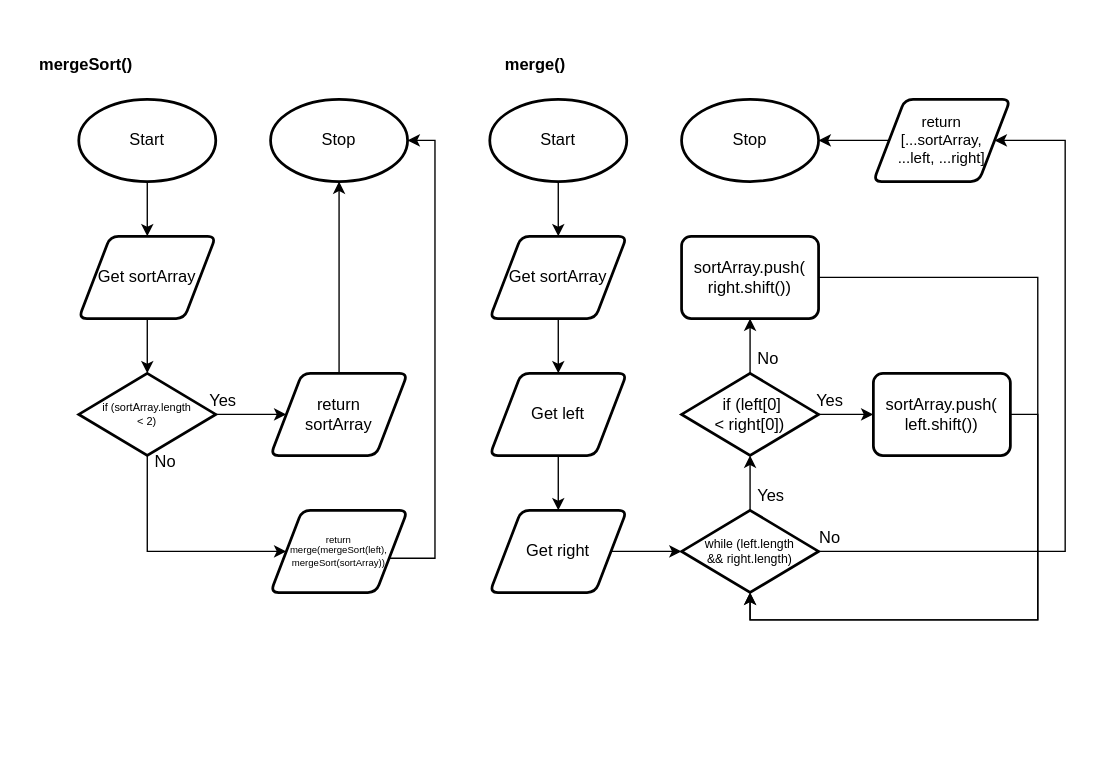
Before: design/flowchart.drawio in Kenny-Le-281/ICS4U-Unit3-06-Kenny-Le, a draw.io diagram. Source tidied: cells renumbered, new cells numbered last; positions are measured from the earlier drawing's top-left corner, leaving out a move shared by most shapes. Both pictures are drawn from the tidied source at 137%, with x=0, y=0 at pixel (23, 44).
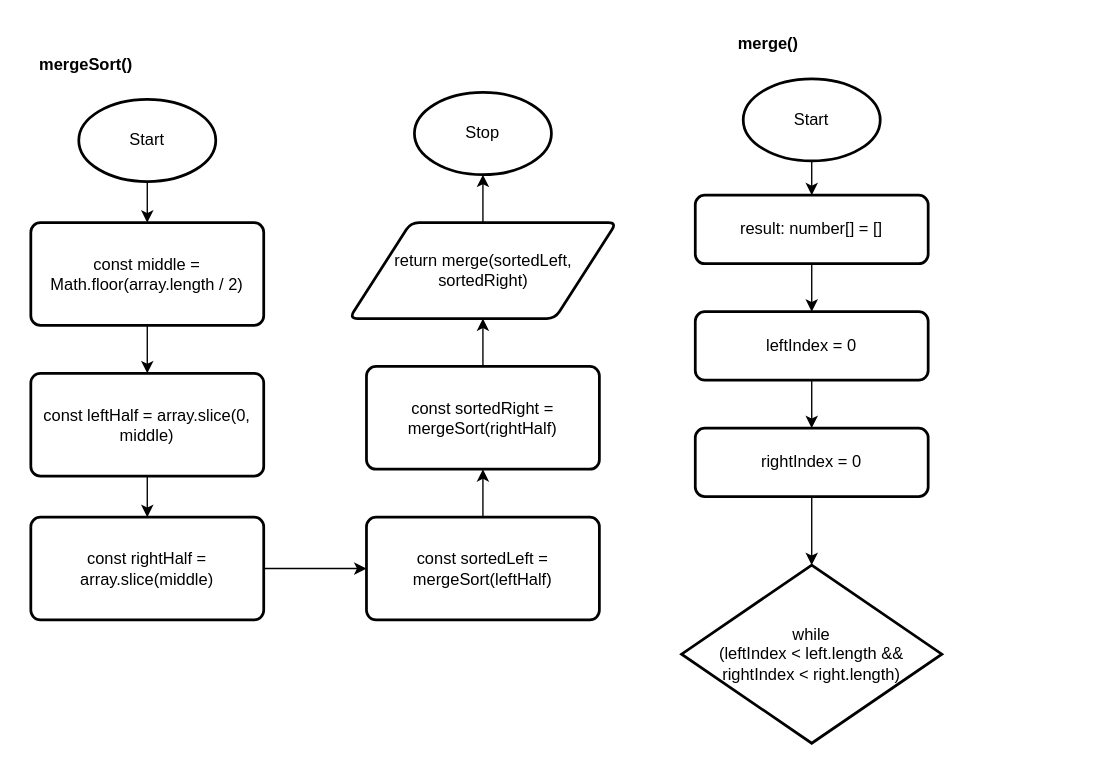
The same page after the edit.

Unchanged cells that the change refers to:
```xml
<mxCell id="3" value="Start" style="strokeWidth=2;html=1;shape=mxgraph.flowchart.start_1;whiteSpace=wrap;" parent="1" vertex="1">
  <mxGeometry x="40" y="40" width="100" height="60" as="geometry" />
</mxCell>
```

Change to the diagram source:
```diff
@@
-    <mxCell id="2" style="edgeStyle=orthogonalEdgeStyle;html=1;entryX=0.5;entryY=0;entryDx=0;entryDy=0;fontSize=8;rounded=0;" parent="1" edge="1" source="3" target="12">
-      <mxGeometry relative="1" as="geometry" />
-    </mxCell>
+    <mxCell id="43" style="edgeStyle=none;html=1;" parent="1" edge="1" source="3">
+      <mxGeometry relative="1" as="geometry">
+        <mxPoint x="90" y="130" as="targetPoint" />
+      </mxGeometry>
+    </mxCell>
@@
-    <mxCell id="4" value="Stop" style="strokeWidth=2;html=1;shape=mxgraph.flowchart.start_1;whiteSpace=wrap;" parent="1" vertex="1">
-      <mxGeometry x="180" y="40" width="100" height="60" as="geometry" />
-    </mxCell>
-    <mxCell id="5" style="edgeStyle=orthogonalEdgeStyle;rounded=0;html=1;entryX=0;entryY=0.5;entryDx=0;entryDy=0;fontSize=8;" parent="1" edge="1" source="7" target="14">
-      <mxGeometry relative="1" as="geometry" />
-    </mxCell>
-    <mxCell id="6" style="edgeStyle=orthogonalEdgeStyle;rounded=0;html=1;entryX=0;entryY=0.5;entryDx=0;entryDy=0;fontSize=12;" parent="1" edge="1" source="7" target="18">
-      <mxGeometry relative="1" as="geometry">
-        <Array as="points">
-          <mxPoint x="90" y="370" />
-        </Array>
-      </mxGeometry>
-    </mxCell>
-    <mxCell id="7" value="if (sortArray.length&lt;br style=&quot;font-size: 8px;&quot;&gt;&amp;lt; 2)" style="strokeWidth=2;html=1;shape=mxgraph.flowchart.decision;whiteSpace=wrap;fontSize=8;" parent="1" vertex="1">
-      <mxGeometry x="40" y="240" width="100" height="60" as="geometry" />
-    </mxCell>
@@
-    <mxCell id="9" style="edgeStyle=orthogonalEdgeStyle;rounded=0;html=1;entryX=0.5;entryY=1;entryDx=0;entryDy=0;entryPerimeter=0;fontSize=12;" parent="1" edge="1" source="10" target="31">
-      <mxGeometry relative="1" as="geometry">
-        <Array as="points">
-          <mxPoint x="740" y="270" />
-          <mxPoint x="740" y="420" />
-          <mxPoint x="530" y="420" />
-        </Array>
-      </mxGeometry>
-    </mxCell>
-    <mxCell id="10" value="sortArray.push(&lt;br&gt;left.shift())" style="rounded=1;whiteSpace=wrap;html=1;absoluteArcSize=1;arcSize=14;strokeWidth=2;" parent="1" vertex="1">
-      <mxGeometry x="620" y="240" width="100" height="60" as="geometry" />
-    </mxCell>
-    <mxCell id="11" style="edgeStyle=orthogonalEdgeStyle;rounded=0;html=1;entryX=0.5;entryY=0;entryDx=0;entryDy=0;entryPerimeter=0;fontSize=8;" parent="1" edge="1" source="12" target="7">
-      <mxGeometry relative="1" as="geometry" />
-    </mxCell>
-    <mxCell id="12" value="Get sortArray" style="shape=parallelogram;html=1;strokeWidth=2;perimeter=parallelogramPerimeter;whiteSpace=wrap;rounded=1;arcSize=12;size=0.23;" parent="1" vertex="1">
-      <mxGeometry x="40" y="140" width="100" height="60" as="geometry" />
-    </mxCell>
-    <mxCell id="13" style="edgeStyle=orthogonalEdgeStyle;rounded=0;html=1;entryX=0.5;entryY=1;entryDx=0;entryDy=0;entryPerimeter=0;fontSize=8;" parent="1" edge="1" source="14" target="4">
-      <mxGeometry relative="1" as="geometry" />
-    </mxCell>
-    <mxCell id="14" value="return&lt;br&gt;sortArray" style="shape=parallelogram;html=1;strokeWidth=2;perimeter=parallelogramPerimeter;whiteSpace=wrap;rounded=1;arcSize=12;size=0.23;" parent="1" vertex="1">
-      <mxGeometry x="180" y="240" width="100" height="60" as="geometry" />
-    </mxCell>
-    <mxCell id="15" value="Yes" style="text;html=1;align=center;verticalAlign=middle;strokeColor=none;fillColor=none;fontSize=12;" parent="1" vertex="1">
-      <mxGeometry x="125" y="245" width="40" height="30" as="geometry" />
-    </mxCell>
-    <mxCell id="16" value="No" style="text;html=1;align=center;verticalAlign=middle;strokeColor=none;fillColor=none;fontSize=12;" parent="1" vertex="1">
-      <mxGeometry x="85" y="290" width="35" height="30" as="geometry" />
-    </mxCell>
-    <mxCell id="17" style="edgeStyle=orthogonalEdgeStyle;rounded=0;html=1;entryX=1;entryY=0.5;entryDx=0;entryDy=0;entryPerimeter=0;fontSize=7;" parent="1" edge="1" source="18" target="4">
-      <mxGeometry relative="1" as="geometry">
-        <Array as="points">
-          <mxPoint x="300" y="375" />
-          <mxPoint x="300" y="70" />
-        </Array>
-      </mxGeometry>
-    </mxCell>
-    <mxCell id="18" value="return&lt;br&gt;merge(mergeSort(left), mergeSort(sortArray))" style="shape=parallelogram;html=1;strokeWidth=2;perimeter=parallelogramPerimeter;whiteSpace=wrap;rounded=1;arcSize=12;size=0.23;fontSize=7;" parent="1" vertex="1">
-      <mxGeometry x="180" y="340" width="100" height="60" as="geometry" />
-    </mxCell>
     <mxCell id="19" value="&lt;b&gt;merge()&lt;/b&gt;" style="text;html=1;align=center;verticalAlign=middle;strokeColor=none;fillColor=none;" parent="1" vertex="1">
-      <mxGeometry x="340" width="65" height="30" as="geometry" />
+      <mxGeometry x="510" y="-15" width="65" height="30" as="geometry" />
     </mxCell>
-    <mxCell id="20" style="edgeStyle=orthogonalEdgeStyle;rounded=0;html=1;entryX=0.5;entryY=0;entryDx=0;entryDy=0;fontSize=7;" parent="1" edge="1" source="21" target="24">
-      <mxGeometry relative="1" as="geometry" />
-    </mxCell>
+    <mxCell id="44" style="edgeStyle=none;html=1;" parent="1" edge="1" source="45" target="47">
+      <mxGeometry relative="1" as="geometry" />
+    </mxCell>
+    <mxCell id="45" value="const middle = Math.floor(array.length / 2)" style="rounded=1;whiteSpace=wrap;html=1;absoluteArcSize=1;arcSize=14;strokeWidth=2;" parent="1" vertex="1">
+      <mxGeometry x="5" y="130" width="170" height="75" as="geometry" />
+    </mxCell>
+    <mxCell id="46" style="edgeStyle=none;html=1;" parent="1" edge="1" source="47" target="49">
+      <mxGeometry relative="1" as="geometry" />
+    </mxCell>
+    <mxCell id="47" value="const leftHalf = array.slice(0, middle)" style="rounded=1;whiteSpace=wrap;html=1;absoluteArcSize=1;arcSize=14;strokeWidth=2;" parent="1" vertex="1">
+      <mxGeometry x="5" y="240" width="170" height="75" as="geometry" />
+    </mxCell>
+    <mxCell id="48" style="edgeStyle=none;html=1;" parent="1" edge="1" source="49" target="51">
+      <mxGeometry relative="1" as="geometry" />
+    </mxCell>
+    <mxCell id="49" value="const rightHalf = array.slice(middle)" style="rounded=1;whiteSpace=wrap;html=1;absoluteArcSize=1;arcSize=14;strokeWidth=2;" parent="1" vertex="1">
+      <mxGeometry x="5" y="345" width="170" height="75" as="geometry" />
+    </mxCell>
+    <mxCell id="50" style="edgeStyle=none;html=1;" parent="1" edge="1" source="51" target="53">
+      <mxGeometry relative="1" as="geometry" />
+    </mxCell>
+    <mxCell id="51" value="const sortedLeft = mergeSort(leftHalf)" style="rounded=1;whiteSpace=wrap;html=1;absoluteArcSize=1;arcSize=14;strokeWidth=2;" parent="1" vertex="1">
+      <mxGeometry x="250" y="345" width="170" height="75" as="geometry" />
+    </mxCell>
+    <mxCell id="52" style="edgeStyle=none;html=1;" parent="1" edge="1" source="53" target="55">
+      <mxGeometry relative="1" as="geometry" />
+    </mxCell>
+    <mxCell id="53" value="const sortedRight = mergeSort(rightHalf)" style="rounded=1;whiteSpace=wrap;html=1;absoluteArcSize=1;arcSize=14;strokeWidth=2;" parent="1" vertex="1">
+      <mxGeometry x="250" y="235" width="170" height="75" as="geometry" />
+    </mxCell>
+    <mxCell id="54" style="edgeStyle=none;html=1;" parent="1" edge="1" source="55" target="56">
+      <mxGeometry relative="1" as="geometry" />
+    </mxCell>
+    <mxCell id="55" value="return merge(sortedLeft, sortedRight)" style="shape=parallelogram;html=1;strokeWidth=2;perimeter=parallelogramPerimeter;whiteSpace=wrap;rounded=1;arcSize=12;size=0.23;" parent="1" vertex="1">
+      <mxGeometry x="237.5" y="130" width="195" height="70" as="geometry" />
+    </mxCell>
+    <mxCell id="56" value="Stop" style="strokeWidth=2;html=1;shape=mxgraph.flowchart.start_1;whiteSpace=wrap;" parent="1" vertex="1">
+      <mxGeometry x="285" y="35" width="100" height="60" as="geometry" />
+    </mxCell>
+    <mxCell id="57" style="edgeStyle=none;html=1;" parent="1" edge="1" source="21" target="59">
+      <mxGeometry relative="1" as="geometry" />
+    </mxCell>
     <mxCell id="21" value="Start" style="strokeWidth=2;html=1;shape=mxgraph.flowchart.start_1;whiteSpace=wrap;" parent="1" vertex="1">
-      <mxGeometry x="340" y="40" width="100" height="60" as="geometry" />
+      <mxGeometry x="525" y="25" width="100" height="60" as="geometry" />
     </mxCell>
-    <mxCell id="22" value="Stop" style="strokeWidth=2;html=1;shape=mxgraph.flowchart.start_1;whiteSpace=wrap;" parent="1" vertex="1">
-      <mxGeometry x="480" y="40" width="100" height="60" as="geometry" />
-    </mxCell>
-    <mxCell id="23" style="edgeStyle=orthogonalEdgeStyle;rounded=0;html=1;entryX=0.5;entryY=0;entryDx=0;entryDy=0;fontSize=7;" parent="1" edge="1" source="24" target="26">
-      <mxGeometry relative="1" as="geometry" />
-    </mxCell>
-    <mxCell id="24" value="Get sortArray" style="shape=parallelogram;html=1;strokeWidth=2;perimeter=parallelogramPerimeter;whiteSpace=wrap;rounded=1;arcSize=12;size=0.23;" parent="1" vertex="1">
-      <mxGeometry x="340" y="140" width="100" height="60" as="geometry" />
-    </mxCell>
-    <mxCell id="25" style="edgeStyle=orthogonalEdgeStyle;rounded=0;html=1;entryX=0.5;entryY=0;entryDx=0;entryDy=0;fontSize=7;" parent="1" edge="1" source="26" target="28">
-      <mxGeometry relative="1" as="geometry" />
-    </mxCell>
-    <mxCell id="26" value="Get left" style="shape=parallelogram;html=1;strokeWidth=2;perimeter=parallelogramPerimeter;whiteSpace=wrap;rounded=1;arcSize=12;size=0.23;" parent="1" vertex="1">
-      <mxGeometry x="340" y="240" width="100" height="60" as="geometry" />
-    </mxCell>
-    <mxCell id="27" style="edgeStyle=orthogonalEdgeStyle;rounded=0;html=1;entryX=0;entryY=0.5;entryDx=0;entryDy=0;entryPerimeter=0;fontSize=7;" parent="1" edge="1" source="28" target="31">
-      <mxGeometry relative="1" as="geometry" />
-    </mxCell>
-    <mxCell id="28" value="Get right" style="shape=parallelogram;html=1;strokeWidth=2;perimeter=parallelogramPerimeter;whiteSpace=wrap;rounded=1;arcSize=12;size=0.23;" parent="1" vertex="1">
-      <mxGeometry x="340" y="340" width="100" height="60" as="geometry" />
-    </mxCell>
-    <mxCell id="29" style="edgeStyle=orthogonalEdgeStyle;rounded=0;html=1;entryX=0.5;entryY=1;entryDx=0;entryDy=0;entryPerimeter=0;fontSize=12;" parent="1" edge="1" source="31" target="34">
-      <mxGeometry relative="1" as="geometry" />
-    </mxCell>
-    <mxCell id="30" style="edgeStyle=orthogonalEdgeStyle;rounded=0;html=1;entryX=1;entryY=0.5;entryDx=0;entryDy=0;fontSize=11;" parent="1" edge="1" source="31" target="40">
-      <mxGeometry relative="1" as="geometry">
-        <Array as="points">
-          <mxPoint x="760" y="370" />
-          <mxPoint x="760" y="70" />
-        </Array>
-      </mxGeometry>
-    </mxCell>
-    <mxCell id="31" value="while&amp;nbsp;(left.length&lt;br&gt;&amp;amp;&amp;amp; right.length)" style="strokeWidth=2;html=1;shape=mxgraph.flowchart.decision;whiteSpace=wrap;fontSize=9;" parent="1" vertex="1">
-      <mxGeometry x="480" y="340" width="100" height="60" as="geometry" />
-    </mxCell>
-    <mxCell id="32" style="edgeStyle=orthogonalEdgeStyle;rounded=0;html=1;entryX=0.5;entryY=1;entryDx=0;entryDy=0;fontSize=12;" parent="1" edge="1" source="34" target="38">
-      <mxGeometry relative="1" as="geometry" />
-    </mxCell>
-    <mxCell id="33" style="edgeStyle=orthogonalEdgeStyle;rounded=0;html=1;entryX=0;entryY=0.5;entryDx=0;entryDy=0;fontSize=12;" parent="1" edge="1" source="34" target="10">
-      <mxGeometry relative="1" as="geometry" />
-    </mxCell>
-    <mxCell id="34" value="&amp;nbsp;if (left[0]&lt;br style=&quot;font-size: 12px;&quot;&gt;&amp;lt; right[0])" style="strokeWidth=2;html=1;shape=mxgraph.flowchart.decision;whiteSpace=wrap;fontSize=12;" parent="1" vertex="1">
-      <mxGeometry x="480" y="240" width="100" height="60" as="geometry" />
-    </mxCell>
-    <mxCell id="35" value="Yes" style="text;html=1;align=center;verticalAlign=middle;strokeColor=none;fillColor=none;fontSize=12;" parent="1" vertex="1">
-      <mxGeometry x="525" y="315" width="40" height="30" as="geometry" />
-    </mxCell>
-    <mxCell id="36" value="No" style="text;html=1;align=center;verticalAlign=middle;strokeColor=none;fillColor=none;fontSize=12;" parent="1" vertex="1">
-      <mxGeometry x="570" y="345" width="35" height="30" as="geometry" />
-    </mxCell>
-    <mxCell id="37" style="edgeStyle=orthogonalEdgeStyle;rounded=0;html=1;entryX=0.5;entryY=1;entryDx=0;entryDy=0;entryPerimeter=0;fontSize=12;" parent="1" edge="1" source="38" target="31">
-      <mxGeometry relative="1" as="geometry">
-        <Array as="points">
-          <mxPoint x="740" y="170" />
-          <mxPoint x="740" y="420" />
-          <mxPoint x="530" y="420" />
-        </Array>
-      </mxGeometry>
-    </mxCell>
-    <mxCell id="38" value="sortArray.push(&lt;br&gt;right.shift())" style="rounded=1;whiteSpace=wrap;html=1;absoluteArcSize=1;arcSize=14;strokeWidth=2;" parent="1" vertex="1">
-      <mxGeometry x="480" y="140" width="100" height="60" as="geometry" />
-    </mxCell>
-    <mxCell id="39" style="edgeStyle=orthogonalEdgeStyle;rounded=0;html=1;entryX=1;entryY=0.5;entryDx=0;entryDy=0;entryPerimeter=0;fontSize=11;" parent="1" edge="1" source="40" target="22">
-      <mxGeometry relative="1" as="geometry" />
-    </mxCell>
-    <mxCell id="40" value="return&lt;br&gt;[...sortArray,&lt;br style=&quot;font-size: 11px;&quot;&gt;...left, ...right]" style="shape=parallelogram;html=1;strokeWidth=2;perimeter=parallelogramPerimeter;whiteSpace=wrap;rounded=1;arcSize=12;size=0.23;fontSize=11;" parent="1" vertex="1">
-      <mxGeometry x="620" y="40" width="100" height="60" as="geometry" />
-    </mxCell>
-    <mxCell id="41" value="Yes" style="text;html=1;align=center;verticalAlign=middle;strokeColor=none;fillColor=none;fontSize=12;" parent="1" vertex="1">
-      <mxGeometry x="567.5" y="245" width="40" height="30" as="geometry" />
-    </mxCell>
-    <mxCell id="42" value="No" style="text;html=1;align=center;verticalAlign=middle;strokeColor=none;fillColor=none;fontSize=12;" parent="1" vertex="1">
-      <mxGeometry x="525" y="215" width="35" height="30" as="geometry" />
-    </mxCell>
+    <mxCell id="58" style="edgeStyle=none;html=1;" parent="1" edge="1" source="59" target="61">
+      <mxGeometry relative="1" as="geometry" />
+    </mxCell>
+    <mxCell id="59" value="result: number[] = []" style="rounded=1;whiteSpace=wrap;html=1;absoluteArcSize=1;arcSize=14;strokeWidth=2;" parent="1" vertex="1">
+      <mxGeometry x="490" y="110" width="170" height="50" as="geometry" />
+    </mxCell>
+    <mxCell id="60" style="edgeStyle=none;html=1;" parent="1" edge="1" source="61" target="63">
+      <mxGeometry relative="1" as="geometry" />
+    </mxCell>
+    <mxCell id="61" value="leftIndex = 0" style="rounded=1;whiteSpace=wrap;html=1;absoluteArcSize=1;arcSize=14;strokeWidth=2;" parent="1" vertex="1">
+      <mxGeometry x="490" y="195" width="170" height="50" as="geometry" />
+    </mxCell>
+    <mxCell id="62" style="edgeStyle=none;html=1;" parent="1" edge="1" source="63" target="64">
+      <mxGeometry relative="1" as="geometry" />
+    </mxCell>
+    <mxCell id="63" value="rightIndex = 0" style="rounded=1;whiteSpace=wrap;html=1;absoluteArcSize=1;arcSize=14;strokeWidth=2;" parent="1" vertex="1">
+      <mxGeometry x="490" y="280" width="170" height="50" as="geometry" />
+    </mxCell>
+    <mxCell id="64" value="while &lt;br&gt;(leftIndex &amp;lt; left.length &amp;amp;&amp;amp; rightIndex &amp;lt; right.length)" style="strokeWidth=2;html=1;shape=mxgraph.flowchart.decision;whiteSpace=wrap;" parent="1" vertex="1">
+      <mxGeometry x="480" y="380" width="190" height="130" as="geometry" />
+    </mxCell>
```
